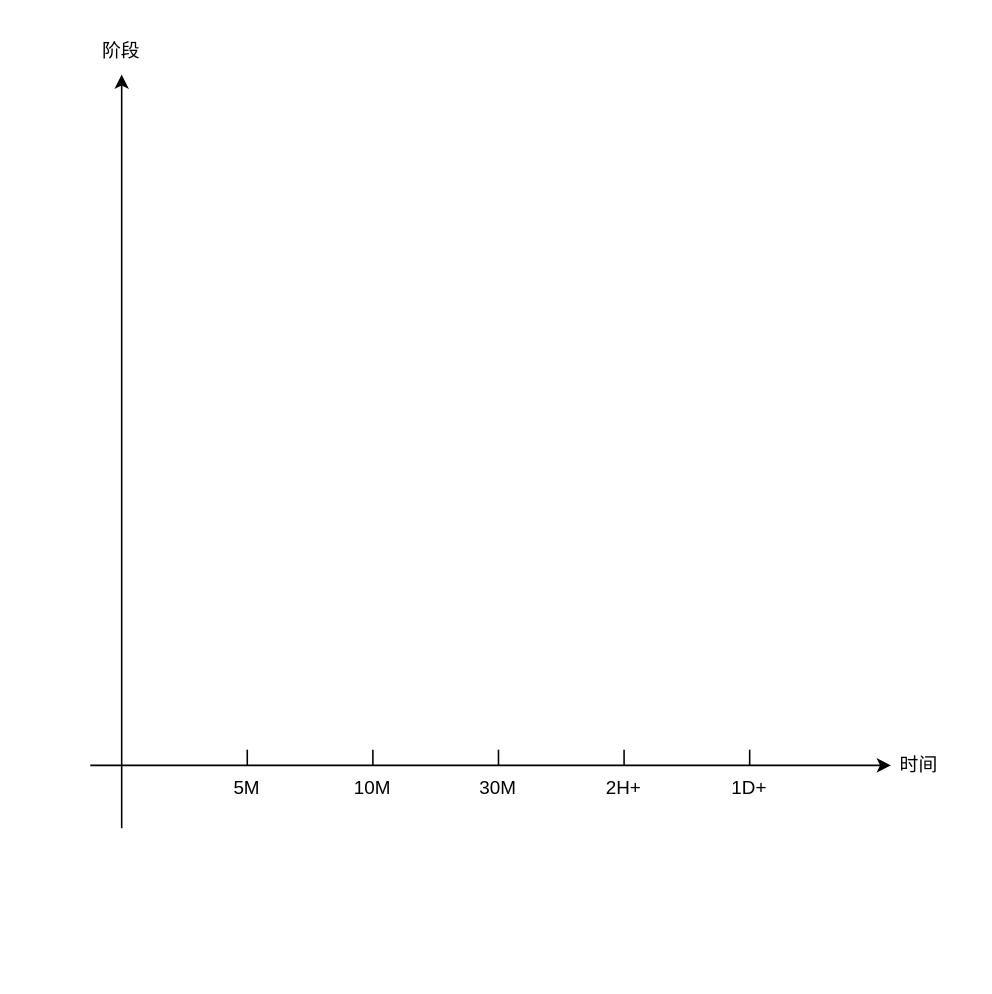
Above: 未命名绘图.drawio in zhoufengen/drawio (draw.io), before the change. Source tidied: cells renumbered, new cells numbered last; positions are measured from the earlier drawing's top-left corner, leaving out a move shared by most shapes. Both pictures are drawn from the tidied source at 157%, with x=0, y=0 at pixel (74, 27).
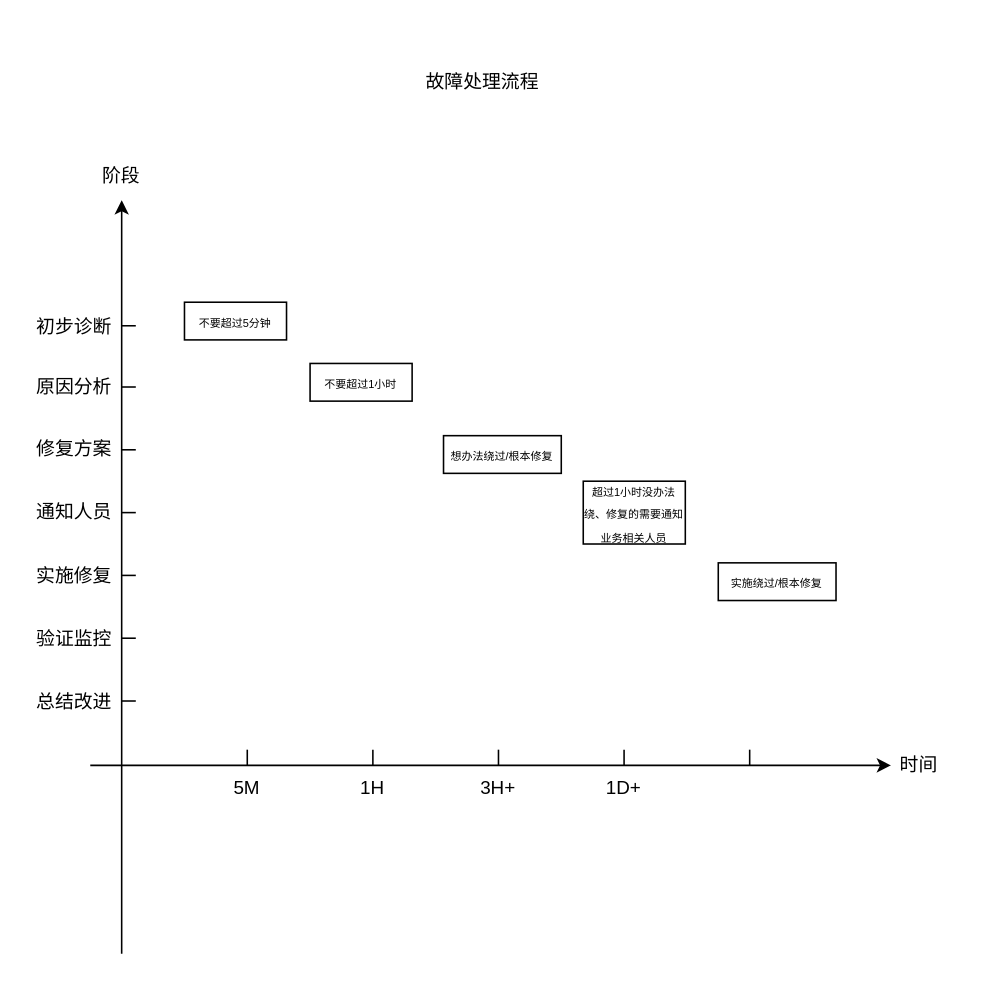
The same diagram, later.

Commit message (it also covers changes not shown here):
更新未命名绘图.drawio

The edit, as a diff of the source:
```diff
@@
     <mxCell id="2" style="rounded=0;html=1;jettySize=auto;orthogonalLoop=1;fontSize=11;endArrow=block;endFill=0;endSize=8;strokeWidth=1;shadow=0;labelBackgroundColor=none;edgeStyle=orthogonalEdgeStyle;" parent="1" edge="1">
       <mxGeometry relative="1" as="geometry">
-        <mxPoint x="130" y="40" as="targetPoint" />
+        <mxPoint x="130" y="120" as="targetPoint" />
       </mxGeometry>
     </mxCell>
     <mxCell id="3" value="Yes" style="rounded=0;html=1;jettySize=auto;orthogonalLoop=1;fontSize=11;endArrow=block;endFill=0;endSize=8;strokeWidth=1;shadow=0;labelBackgroundColor=none;edgeStyle=orthogonalEdgeStyle;" parent="1" edge="1">
       <mxGeometry y="20" relative="1" as="geometry">
-        <mxPoint x="130" y="160" as="targetPoint" />
+        <mxPoint x="130" y="240" as="targetPoint" />
       </mxGeometry>
     </mxCell>
     <mxCell id="4" value="No" style="edgeStyle=orthogonalEdgeStyle;rounded=0;html=1;jettySize=auto;orthogonalLoop=1;fontSize=11;endArrow=block;endFill=0;endSize=8;strokeWidth=1;shadow=0;labelBackgroundColor=none;" parent="1" edge="1">
       <mxGeometry y="10" relative="1" as="geometry">
-        <mxPoint x="180" y="80" as="sourcePoint" />
+        <mxPoint x="180" y="160" as="sourcePoint" />
       </mxGeometry>
     </mxCell>
     <mxCell id="5" value="No" style="rounded=0;html=1;jettySize=auto;orthogonalLoop=1;fontSize=11;endArrow=block;endFill=0;endSize=8;strokeWidth=1;shadow=0;labelBackgroundColor=none;edgeStyle=orthogonalEdgeStyle;" parent="1" edge="1">
       <mxGeometry x="0.33" y="20" relative="1" as="geometry">
-        <mxPoint x="130" y="300" as="targetPoint" />
+        <mxPoint x="130" y="380" as="targetPoint" />
       </mxGeometry>
     </mxCell>
     <mxCell id="6" value="Yes" style="edgeStyle=orthogonalEdgeStyle;rounded=0;html=1;jettySize=auto;orthogonalLoop=1;fontSize=11;endArrow=block;endFill=0;endSize=8;strokeWidth=1;shadow=0;labelBackgroundColor=none;" parent="1" edge="1">
       <mxGeometry y="10" relative="1" as="geometry">
-        <mxPoint x="180" y="200" as="sourcePoint" />
+        <mxPoint x="180" y="280" as="sourcePoint" />
       </mxGeometry>
     </mxCell>
     <mxCell id="7" style="endArrow=classic;html=1;rounded=0;" parent="1" edge="1">
       <mxGeometry relative="1" as="geometry">
-        <mxPoint x="30" y="510" as="sourcePoint" />
-        <mxPoint x="30" y="30" as="targetPoint" />
+        <mxPoint x="30" y="590" as="sourcePoint" />
+        <mxPoint x="30" y="110" as="targetPoint" />
       </mxGeometry>
     </mxCell>
@@
     <mxCell id="9" value="阶段" style="text;html=1;align=center;verticalAlign=middle;whiteSpace=wrap;rounded=0;" parent="1" vertex="1">
-      <mxGeometry width="60" height="30" as="geometry" />
+      <mxGeometry y="80" width="60" height="30" as="geometry" />
     </mxCell>
@@
-    <mxCell id="12" value="10M" style="text;html=1;align=center;verticalAlign=middle;whiteSpace=wrap;rounded=0;" parent="1" vertex="1">
+    <mxCell id="12" value="1H" style="text;html=1;align=center;verticalAlign=middle;whiteSpace=wrap;rounded=0;" parent="1" vertex="1">
       <mxGeometry x="160" y="470" width="60" height="30" as="geometry" />
     </mxCell>
@@
-    <mxCell id="18" value="30M" style="text;html=1;align=center;verticalAlign=middle;whiteSpace=wrap;rounded=0;" parent="1" vertex="1">
+    <mxCell id="18" value="3H+" style="text;html=1;align=center;verticalAlign=middle;whiteSpace=wrap;rounded=0;" parent="1" vertex="1">
       <mxGeometry x="240" y="470" width="60" height="30" as="geometry" />
     </mxCell>
-    <mxCell id="19" value="2H+" style="text;html=1;align=center;verticalAlign=middle;whiteSpace=wrap;rounded=0;" parent="1" vertex="1">
+    <mxCell id="19" value="1D+" style="text;html=1;align=center;verticalAlign=middle;whiteSpace=wrap;rounded=0;" parent="1" vertex="1">
       <mxGeometry x="320" y="470" width="60" height="30" as="geometry" />
     </mxCell>
-    <mxCell id="20" value="1D+" style="text;html=1;align=center;verticalAlign=middle;whiteSpace=wrap;rounded=0;" parent="1" vertex="1">
-      <mxGeometry x="400" y="470" width="60" height="30" as="geometry" />
-    </mxCell>
+    <mxCell id="21" value="故障处理流程" style="text;html=1;align=center;verticalAlign=middle;whiteSpace=wrap;rounded=0;" parent="1" vertex="1">
+      <mxGeometry x="220" y="20" width="80" height="30" as="geometry" />
+    </mxCell>
+    <mxCell id="22" value="初步诊断" style="text;html=1;align=center;verticalAlign=middle;whiteSpace=wrap;rounded=0;" parent="1" vertex="1">
+      <mxGeometry x="-30" y="176" width="60" height="30" as="geometry" />
+    </mxCell>
+    <mxCell id="23" value="原因分析" style="text;html=1;align=center;verticalAlign=middle;whiteSpace=wrap;rounded=0;" parent="1" vertex="1">
+      <mxGeometry x="-30" y="214" width="60" height="30" as="geometry" />
+    </mxCell>
+    <mxCell id="24" value="修复方案" style="text;html=1;align=center;verticalAlign=middle;whiteSpace=wrap;rounded=0;" parent="1" vertex="1">
+      <mxGeometry x="-30" y="254" width="60" height="30" as="geometry" />
+    </mxCell>
+    <mxCell id="25" value="通知人员" style="text;html=1;align=center;verticalAlign=middle;whiteSpace=wrap;rounded=0;" parent="1" vertex="1">
+      <mxGeometry x="-30" y="294" width="60" height="30" as="geometry" />
+    </mxCell>
+    <mxCell id="26" value="实施修复" style="text;html=1;align=center;verticalAlign=middle;whiteSpace=wrap;rounded=0;" parent="1" vertex="1">
+      <mxGeometry x="-30" y="335" width="60" height="30" as="geometry" />
+    </mxCell>
+    <mxCell id="27" value="验证监控" style="text;html=1;align=center;verticalAlign=middle;whiteSpace=wrap;rounded=0;" parent="1" vertex="1">
+      <mxGeometry x="-30" y="375" width="60" height="30" as="geometry" />
+    </mxCell>
+    <mxCell id="28" value="总结改进" style="text;html=1;align=center;verticalAlign=middle;whiteSpace=wrap;rounded=0;" parent="1" vertex="1">
+      <mxGeometry x="-30" y="415" width="60" height="30" as="geometry" />
+    </mxCell>
+    <mxCell id="29" style="endArrow=none;html=1;rounded=0;exitX=1.011;exitY=0.346;exitDx=0;exitDy=0;exitPerimeter=0;" parent="1" edge="1">
+      <mxGeometry relative="1" as="geometry">
+        <mxPoint x="30" y="190" as="sourcePoint" />
+        <mxPoint x="39" y="190" as="targetPoint" />
+      </mxGeometry>
+    </mxCell>
+    <mxCell id="30" style="endArrow=none;html=1;rounded=0;exitX=1.011;exitY=0.346;exitDx=0;exitDy=0;exitPerimeter=0;" parent="1" edge="1">
+      <mxGeometry relative="1" as="geometry">
+        <mxPoint x="30" y="229" as="sourcePoint" />
+        <mxPoint x="39" y="229" as="targetPoint" />
+      </mxGeometry>
+    </mxCell>
+    <mxCell id="31" style="endArrow=none;html=1;rounded=0;exitX=1.011;exitY=0.346;exitDx=0;exitDy=0;exitPerimeter=0;" parent="1" edge="1">
+      <mxGeometry relative="1" as="geometry">
+        <mxPoint x="30" y="269" as="sourcePoint" />
+        <mxPoint x="39" y="269" as="targetPoint" />
+      </mxGeometry>
+    </mxCell>
+    <mxCell id="32" style="endArrow=none;html=1;rounded=0;exitX=1.011;exitY=0.346;exitDx=0;exitDy=0;exitPerimeter=0;" parent="1" edge="1">
+      <mxGeometry relative="1" as="geometry">
+        <mxPoint x="30" y="309" as="sourcePoint" />
+        <mxPoint x="39" y="309" as="targetPoint" />
+      </mxGeometry>
+    </mxCell>
+    <mxCell id="33" style="endArrow=none;html=1;rounded=0;exitX=1.011;exitY=0.346;exitDx=0;exitDy=0;exitPerimeter=0;" parent="1" edge="1">
+      <mxGeometry relative="1" as="geometry">
+        <mxPoint x="30" y="349" as="sourcePoint" />
+        <mxPoint x="39" y="349" as="targetPoint" />
+      </mxGeometry>
+    </mxCell>
+    <mxCell id="34" style="endArrow=none;html=1;rounded=0;exitX=1.011;exitY=0.346;exitDx=0;exitDy=0;exitPerimeter=0;" parent="1" edge="1">
+      <mxGeometry relative="1" as="geometry">
+        <mxPoint x="30" y="389" as="sourcePoint" />
+        <mxPoint x="39" y="389" as="targetPoint" />
+      </mxGeometry>
+    </mxCell>
+    <mxCell id="35" style="endArrow=none;html=1;rounded=0;exitX=1.011;exitY=0.346;exitDx=0;exitDy=0;exitPerimeter=0;" parent="1" edge="1">
+      <mxGeometry relative="1" as="geometry">
+        <mxPoint x="30" y="429" as="sourcePoint" />
+        <mxPoint x="39" y="429" as="targetPoint" />
+      </mxGeometry>
+    </mxCell>
+    <mxCell id="36" value="&lt;font style=&quot;font-size: 7px;&quot;&gt;不要超过5分钟&lt;/font&gt;" style="rounded=0;whiteSpace=wrap;html=1;" parent="1" vertex="1">
+      <mxGeometry x="70" y="175" width="65" height="24" as="geometry" />
+    </mxCell>
+    <mxCell id="37" value="&lt;font style=&quot;font-size: 7px;&quot;&gt;不要超过1小时&lt;/font&gt;" style="rounded=0;whiteSpace=wrap;html=1;" parent="1" vertex="1">
+      <mxGeometry x="150" y="214" width="65" height="24" as="geometry" />
+    </mxCell>
+    <mxCell id="38" value="&lt;span style=&quot;font-size: 7px;&quot;&gt;想办法绕过/根本修复&lt;/span&gt;" style="rounded=0;whiteSpace=wrap;html=1;" parent="1" vertex="1">
+      <mxGeometry x="235" y="260" width="75" height="24" as="geometry" />
+    </mxCell>
+    <mxCell id="39" value="&lt;font style=&quot;font-size: 7px;&quot;&gt;超过1小时没办法绕、修复的需要通知业务相关人员&lt;/font&gt;" style="rounded=0;whiteSpace=wrap;html=1;" parent="1" vertex="1">
+      <mxGeometry x="324" y="289" width="65" height="40" as="geometry" />
+    </mxCell>
+    <mxCell id="40" value="&lt;span style=&quot;font-size: 7px;&quot;&gt;实施绕过/根本修复&lt;/span&gt;" style="rounded=0;whiteSpace=wrap;html=1;" parent="1" vertex="1">
+      <mxGeometry x="410" y="341" width="75" height="24" as="geometry" />
+    </mxCell>
```
